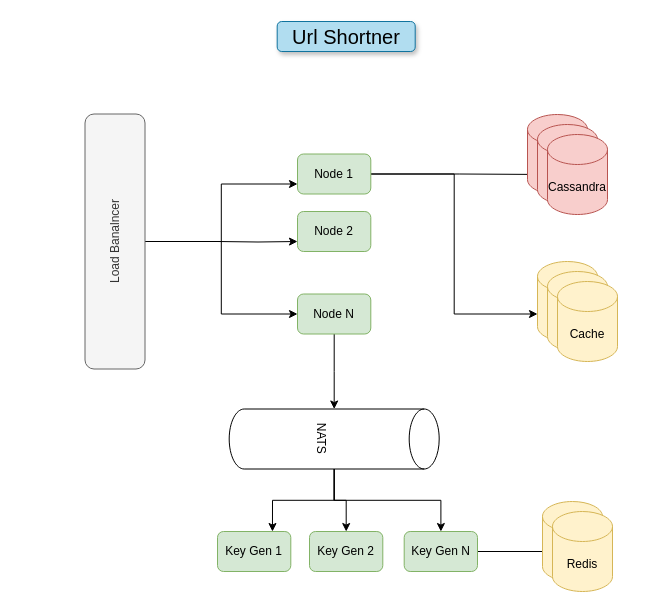
This is URLShortner.drawio from arihantdaga/url-shortner, a draw.io file, before an edit. Source tidied: cells renumbered, new cells numbered last; positions are measured from the earlier drawing's top-left corner, leaving out a move shared by most shapes. Both pictures are drawn from the tidied source at 100%, with x=0, y=0 at pixel (-13, 21).
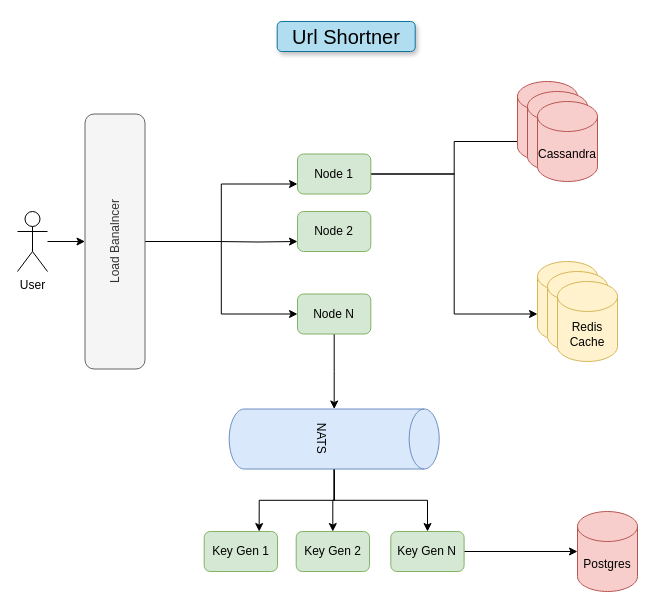
The same diagram, later.

Unchanged cells that the change refers to:
```xml
<mxCell id="5" value="Load Banalncer" style="rounded=1;whiteSpace=wrap;html=1;rotation=-90;fillColor=#f5f5f5;strokeColor=#666666;fontColor=#333333;" parent="1" vertex="1">
  <mxGeometry y="190" width="255" height="60" as="geometry" />
</mxCell>
```

Change to the diagram source:
```diff
@@
     <mxCell id="12" style="shape=cylinder3;whiteSpace=wrap;html=1;boundedLbl=1;backgroundOutline=1;size=15;fillColor=#f8cecc;strokeColor=#b85450;" parent="1" vertex="1">
-      <mxGeometry x="540" y="93" width="60" height="80" as="geometry" />
+      <mxGeometry x="530" y="60" width="60" height="80" as="geometry" />
     </mxCell>
     <mxCell id="13" style="shape=cylinder3;whiteSpace=wrap;html=1;boundedLbl=1;backgroundOutline=1;size=15;fillColor=#f8cecc;strokeColor=#b85450;" parent="1" vertex="1">
-      <mxGeometry x="550" y="103" width="60" height="80" as="geometry" />
+      <mxGeometry x="540" y="70" width="60" height="80" as="geometry" />
     </mxCell>
     <mxCell id="14" value="Cassandra" style="shape=cylinder3;whiteSpace=wrap;html=1;boundedLbl=1;backgroundOutline=1;size=15;fillColor=#f8cecc;strokeColor=#b85450;" parent="1" vertex="1">
-      <mxGeometry x="560" y="113" width="60" height="80" as="geometry" />
+      <mxGeometry x="550" y="80" width="60" height="80" as="geometry" />
     </mxCell>
@@
-    <mxCell id="17" value="Cache" style="shape=cylinder3;whiteSpace=wrap;html=1;boundedLbl=1;backgroundOutline=1;size=15;fillColor=#fff2cc;strokeColor=#d6b656;" parent="1" vertex="1">
+    <mxCell id="17" value="Redis Cache" style="shape=cylinder3;whiteSpace=wrap;html=1;boundedLbl=1;backgroundOutline=1;size=15;fillColor=#fff2cc;strokeColor=#d6b656;" parent="1" vertex="1">
       <mxGeometry x="570" y="260" width="60" height="80" as="geometry" />
     </mxCell>
@@
-    <mxCell id="21" value="NATS" style="shape=cylinder3;whiteSpace=wrap;html=1;boundedLbl=1;backgroundOutline=1;size=15;rotation=90;" parent="1" vertex="1">
+    <mxCell id="21" value="NATS" style="shape=cylinder3;whiteSpace=wrap;html=1;boundedLbl=1;backgroundOutline=1;size=15;rotation=90;fillColor=#dae8fc;strokeColor=#6c8ebf;" parent="1" vertex="1">
       <mxGeometry x="316.7" y="312.5" width="60" height="210" as="geometry" />
     </mxCell>
     <mxCell id="22" value="Key Gen 1" style="rounded=1;whiteSpace=wrap;html=1;fillColor=#d5e8d4;strokeColor=#82b366;" parent="1" vertex="1">
-      <mxGeometry x="230" y="510" width="73.3" height="40" as="geometry" />
+      <mxGeometry x="216.7" y="510" width="73.3" height="40" as="geometry" />
     </mxCell>
     <mxCell id="23" value="Key Gen 2" style="rounded=1;whiteSpace=wrap;html=1;fillColor=#d5e8d4;strokeColor=#82b366;" parent="1" vertex="1">
-      <mxGeometry x="322" y="510" width="73.3" height="40" as="geometry" />
+      <mxGeometry x="308.7" y="510" width="73.3" height="40" as="geometry" />
     </mxCell>
-    <mxCell id="24" style="edgeStyle=orthogonalEdgeStyle;rounded=0;jettySize=auto;html=1;" parent="1" edge="1" source="25" target="27">
-      <mxGeometry relative="1" as="geometry" />
-    </mxCell>
+    <mxCell id="29" style="edgeStyle=orthogonalEdgeStyle;rounded=0;jettySize=auto;html=1;exitX=1;exitY=0.5;exitDx=0;exitDy=0;entryX=0;entryY=0.5;entryDx=0;entryDy=0;entryPerimeter=0;" parent="1" edge="1" source="25" target="30">
+      <mxGeometry relative="1" as="geometry" />
+    </mxCell>
     <mxCell id="25" value="Key Gen N" style="rounded=1;whiteSpace=wrap;html=1;fillColor=#d5e8d4;strokeColor=#82b366;" parent="1" vertex="1">
-      <mxGeometry x="416.7" y="510" width="73.3" height="40" as="geometry" />
+      <mxGeometry x="403.3" y="510" width="73.3" height="40" as="geometry" />
     </mxCell>
-    <mxCell id="26" style="shape=cylinder3;whiteSpace=wrap;html=1;boundedLbl=1;backgroundOutline=1;size=15;fillColor=#fff2cc;strokeColor=#d6b656;" parent="1" vertex="1">
-      <mxGeometry x="555" y="480" width="60" height="80" as="geometry" />
-    </mxCell>
-    <mxCell id="27" value="Redis" style="shape=cylinder3;whiteSpace=wrap;html=1;boundedLbl=1;backgroundOutline=1;size=15;fillColor=#fff2cc;strokeColor=#d6b656;" parent="1" vertex="1">
-      <mxGeometry x="565" y="490" width="60" height="80" as="geometry" />
-    </mxCell>
@@
+    <mxCell id="30" value="Postgres" style="shape=cylinder3;whiteSpace=wrap;html=1;boundedLbl=1;backgroundOutline=1;size=15;fillColor=#f8cecc;strokeColor=#b85450;" parent="1" vertex="1">
+      <mxGeometry x="590" y="490" width="60" height="80" as="geometry" />
+    </mxCell>
+    <mxCell id="31" style="edgeStyle=orthogonalEdgeStyle;rounded=0;jettySize=auto;html=1;entryX=0.5;entryY=0;entryDx=0;entryDy=0;" parent="1" edge="1" source="32" target="5">
+      <mxGeometry relative="1" as="geometry" />
+    </mxCell>
+    <mxCell id="32" value="User" style="shape=umlActor;verticalLabelPosition=bottom;verticalAlign=top;html=1;outlineConnect=0;" parent="1" vertex="1">
+      <mxGeometry x="30" y="190" width="30" height="60" as="geometry" />
+    </mxCell>
```
